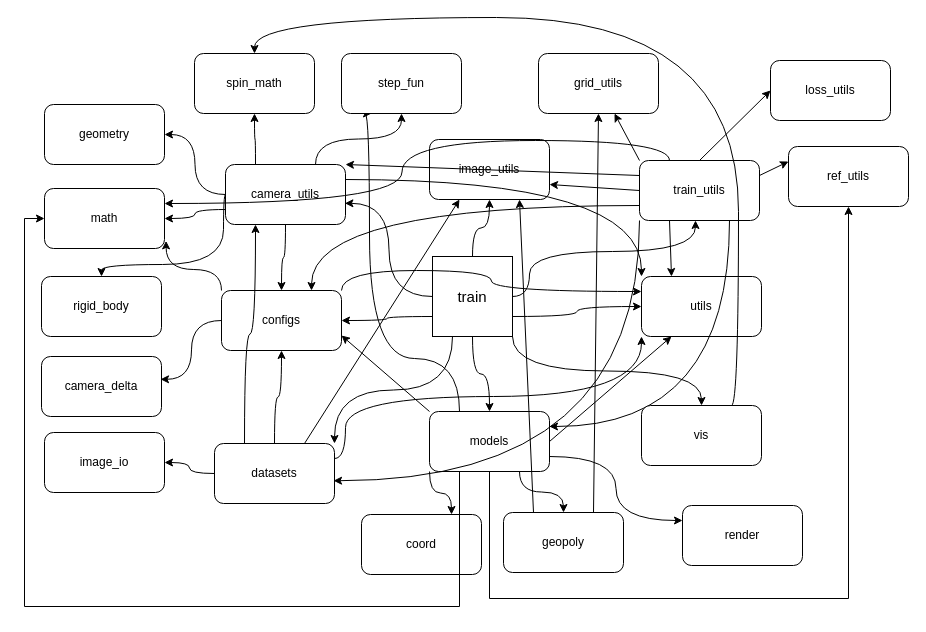
The draw.io diagram page "调用关系" (2 of 3) of drawIO/毕设.drawio in Flycan-Fanc/resources, before the edit. Source tidied: cells renumbered, new cells numbered last; positions are measured from the earlier drawing's top-left corner, leaving out a move shared by most shapes. Both pictures are drawn from the tidied source at 100%, with x=0, y=0 at pixel (24, 17).
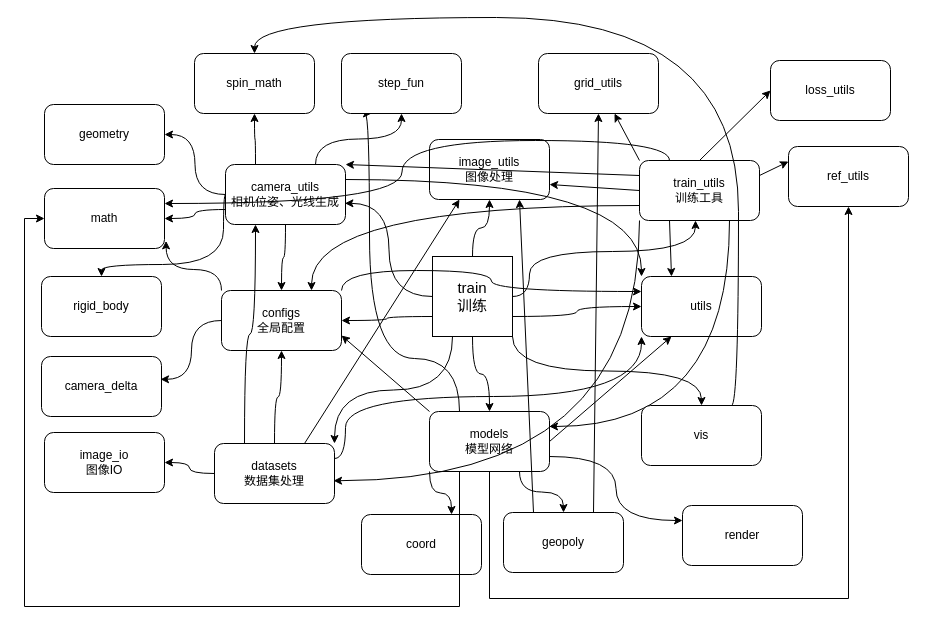
After the change.

The edit, as a diff of the source:
```diff
@@
-    <mxCell id="9" value="&lt;font style=&quot;font-size: 15px;&quot;&gt;train&lt;/font&gt;" style="whiteSpace=wrap;html=1;" parent="1" vertex="1">
+    <mxCell id="9" value="&lt;font style=&quot;font-size: 15px;&quot;&gt;train&lt;/font&gt;&lt;div&gt;&lt;span style=&quot;font-size: 15px;&quot;&gt;训练&lt;/span&gt;&lt;/div&gt;" style="whiteSpace=wrap;html=1;" parent="1" vertex="1">
       <mxGeometry x="408" y="239" width="80" height="80" as="geometry" />
     </mxCell>
@@
-    <mxCell id="16" value="camera_utils" style="rounded=1;whiteSpace=wrap;html=1;" parent="1" vertex="1">
+    <mxCell id="16" value="camera_utils&lt;div&gt;相机位姿、光线生成&lt;/div&gt;" style="rounded=1;whiteSpace=wrap;html=1;" parent="1" vertex="1">
       <mxGeometry x="201" y="147" width="120" height="60" as="geometry" />
     </mxCell>
@@
-    <mxCell id="18" value="configs" style="rounded=1;whiteSpace=wrap;html=1;" parent="1" vertex="1">
+    <mxCell id="18" value="configs&lt;div&gt;全局配置&lt;/div&gt;" style="rounded=1;whiteSpace=wrap;html=1;" parent="1" vertex="1">
       <mxGeometry x="197" y="273" width="120" height="60" as="geometry" />
     </mxCell>
@@
-    <mxCell id="23" value="datasets" style="rounded=1;whiteSpace=wrap;html=1;" parent="1" vertex="1">
+    <mxCell id="23" value="datasets&lt;div&gt;数据集处理&lt;/div&gt;" style="rounded=1;whiteSpace=wrap;html=1;" parent="1" vertex="1">
       <mxGeometry x="190" y="426" width="120" height="60" as="geometry" />
     </mxCell>
-    <mxCell id="24" value="image_utils" style="rounded=1;whiteSpace=wrap;html=1;" parent="1" vertex="1">
+    <mxCell id="24" value="image_utils&lt;div&gt;图像处理&lt;/div&gt;" style="rounded=1;whiteSpace=wrap;html=1;" parent="1" vertex="1">
       <mxGeometry x="405" y="122" width="120" height="60" as="geometry" />
     </mxCell>
@@
-    <mxCell id="35" value="train_utils" style="rounded=1;whiteSpace=wrap;html=1;" parent="1" vertex="1">
+    <mxCell id="35" value="train_utils&lt;div&gt;训练工具&lt;/div&gt;" style="rounded=1;whiteSpace=wrap;html=1;" parent="1" vertex="1">
       <mxGeometry x="615" y="143" width="120" height="60" as="geometry" />
     </mxCell>
@@
-    <mxCell id="42" value="models" style="rounded=1;whiteSpace=wrap;html=1;" parent="1" vertex="1">
+    <mxCell id="42" value="models&lt;div&gt;模型网络&lt;/div&gt;" style="rounded=1;whiteSpace=wrap;html=1;" parent="1" vertex="1">
       <mxGeometry x="405" y="394" width="120" height="60" as="geometry" />
     </mxCell>
@@
-    <mxCell id="55" value="image_io" style="rounded=1;whiteSpace=wrap;html=1;" parent="1" vertex="1">
+    <mxCell id="55" value="image_io&lt;div&gt;图像IO&lt;/div&gt;" style="rounded=1;whiteSpace=wrap;html=1;" parent="1" vertex="1">
       <mxGeometry x="20" y="415" width="120" height="60" as="geometry" />
     </mxCell>
```
